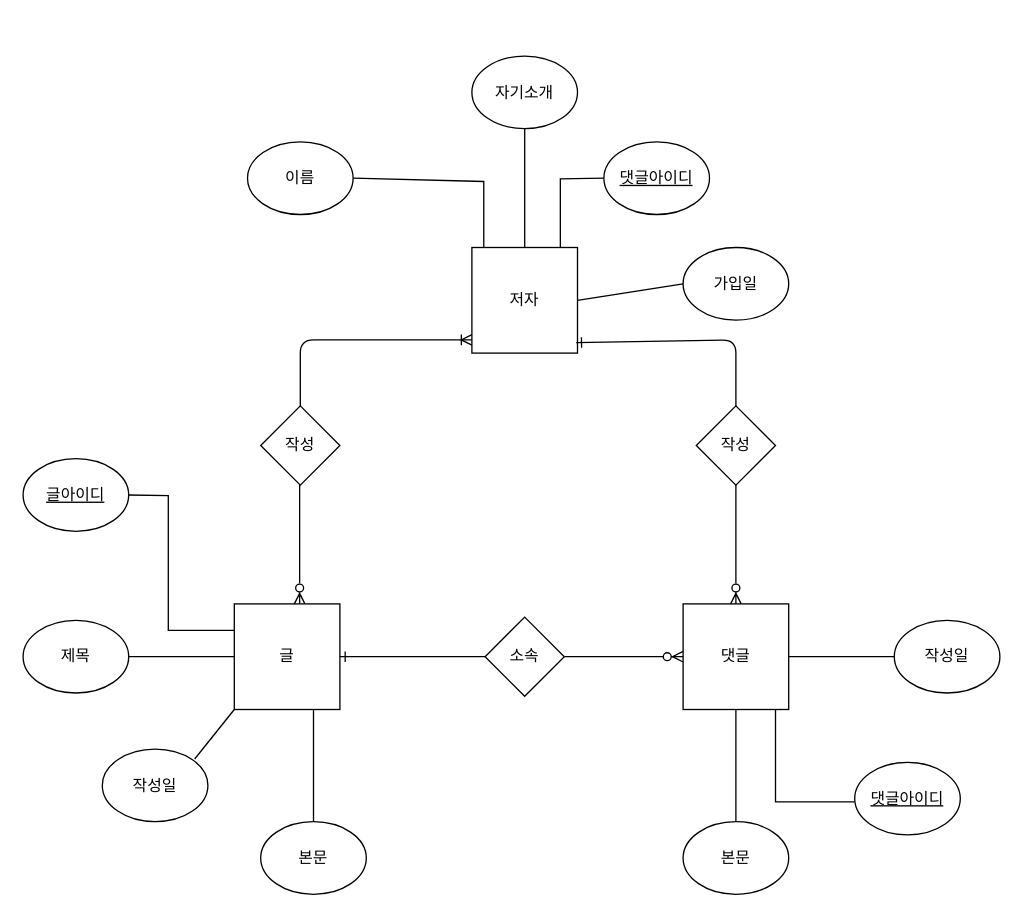
This is Untitled Diagram.drawio from fortune-man/RDBMS, a draw.io file, before an edit. Source tidied: cells renumbered, new cells numbered last; positions are measured from the earlier drawing's top-left corner, leaving out a move shared by most shapes. Both pictures are drawn from the tidied source at 132%, with x=0, y=0 at pixel (22, 55).
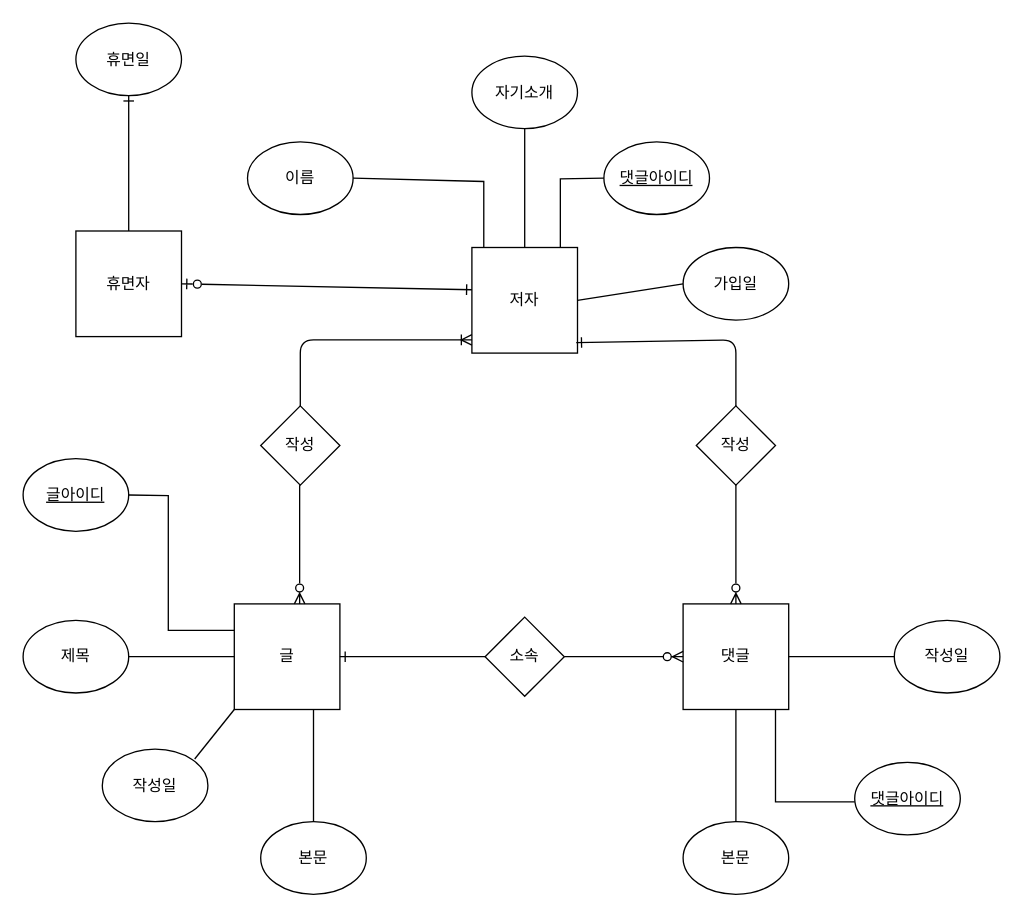
The same diagram, later.

The change refers to these unchanged cells:
```xml
<mxCell id="2" value="저자" style="whiteSpace=wrap;html=1;rounded=0;" parent="1" vertex="1">
  <mxGeometry x="340" y="145" width="80" height="80" as="geometry" />
</mxCell>
```

What changed in the source:
```diff
@@
+    <mxCell id="36" value="휴면자" style="whiteSpace=wrap;html=1;rounded=0;" parent="1" vertex="1">
+      <mxGeometry x="40" y="132.5" width="80" height="80" as="geometry" />
+    </mxCell>
+    <mxCell id="37" style="endArrow=ERone;html=1;elbow=vertical;exitX=1;exitY=0.5;exitDx=0;exitDy=0;endFill=0;startArrow=ERzeroToOne;startFill=0;entryX=0;entryY=0.4;entryDx=0;entryDy=0;entryPerimeter=0;" parent="1" edge="1" source="36" target="2">
+      <mxGeometry relative="1" as="geometry" />
+    </mxCell>
+    <mxCell id="38" value="휴면일" style="ellipse;whiteSpace=wrap;html=1;rounded=0;" parent="1" vertex="1">
+      <mxGeometry x="40" y="-25" width="80" height="55" as="geometry" />
+    </mxCell>
+    <mxCell id="39" style="endArrow=ERone;html=1;elbow=vertical;exitX=0.5;exitY=0;exitDx=0;exitDy=0;entryX=0.5;entryY=1;entryDx=0;entryDy=0;endFill=0;" parent="1" edge="1" source="36" target="38">
+      <mxGeometry relative="1" as="geometry" />
+    </mxCell>
```
